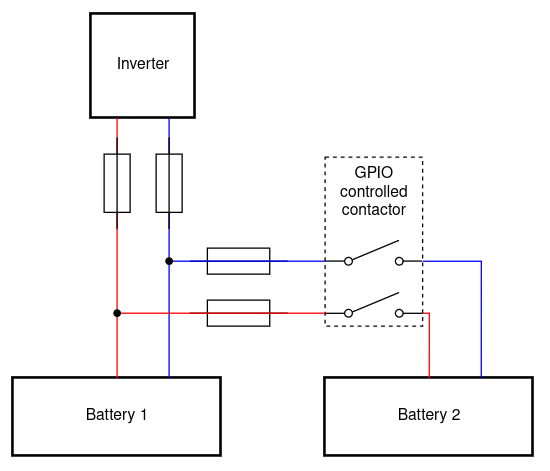
Earlier version of the draw.io export be_battery_2x.png (nagyrobi/files). Source tidied: cells renumbered, new cells last; positions are measured from the earlier drawing's top-left corner, leaving out a move shared by most shapes.
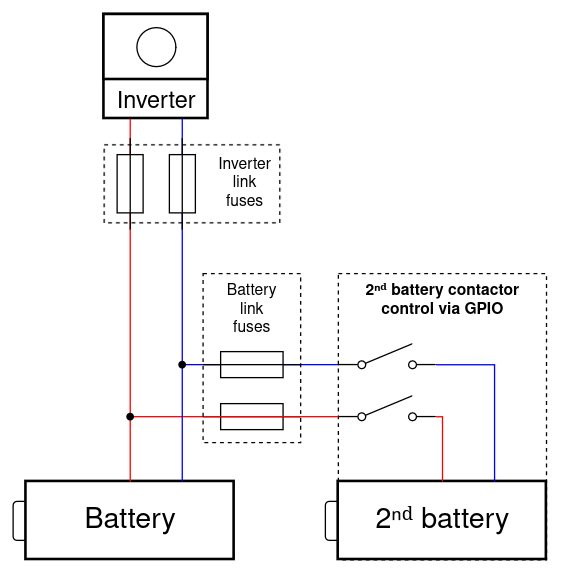
The same diagram one commit later.

Diff of the diagram source:
```diff
@@ -2,73 +2,94 @@
   <root>
     <mxCell id="0" />
     <mxCell id="1" parent="0" />
+    <mxCell id="17" value="2ⁿᵈ battery contactor control via GPIO" style="rounded=0;whiteSpace=wrap;html=1;fillColor=none;verticalAlign=top;dashed=1;fontStyle=1;fontFamily=Helvetica;" parent="1" vertex="1">
+      <mxGeometry x="240" y="120" width="160" height="220" as="geometry" />
+    </mxCell>
+    <mxCell id="22" style="rounded=1;whiteSpace=wrap;html=1;fontFamily=Helvetica;" parent="1" vertex="1">
+      <mxGeometry x="230" y="295" width="20" height="30" as="geometry" />
+    </mxCell>
+    <mxCell id="23" style="rounded=1;whiteSpace=wrap;html=1;fontFamily=Helvetica;" parent="1" vertex="1">
+      <mxGeometry x="-10" y="295" width="20" height="30" as="geometry" />
+    </mxCell>
-    <mxCell id="2" value="Inverter" style="whiteSpace=wrap;html=1;strokeWidth=2;" parent="1" vertex="1">
-      <mxGeometry x="60" width="80" height="80" as="geometry" />
+    <mxCell id="2" value="Inverter" style="whiteSpace=wrap;html=1;strokeWidth=2;fontSize=18;verticalAlign=bottom;fontFamily=Helvetica;" parent="1" vertex="1">
+      <mxGeometry x="60" y="-79" width="80" height="80" as="geometry" />
     </mxCell>
-    <mxCell id="3" value="Battery 1" style="rounded=0;whiteSpace=wrap;html=1;strokeWidth=2;" parent="1" vertex="1">
+    <mxCell id="3" value="Battery" style="rounded=0;whiteSpace=wrap;html=1;strokeWidth=2;fontSize=22;fontFamily=Helvetica;" parent="1" vertex="1">
       <mxGeometry y="280" width="160" height="60" as="geometry" />
     </mxCell>
-    <mxCell id="4" value="Battery 2" style="rounded=0;whiteSpace=wrap;html=1;strokeWidth=2;" parent="1" vertex="1">
+    <mxCell id="4" value="2ⁿᵈ battery" style="rounded=0;whiteSpace=wrap;html=1;strokeWidth=2;fontSize=22;fontFamily=Helvetica;" parent="1" vertex="1">
       <mxGeometry x="240" y="280" width="160" height="60" as="geometry" />
     </mxCell>
-    <mxCell id="5" style="endArrow=none;html=1;rounded=0;entryX=0.25;entryY=1;entryDx=0;entryDy=0;exitX=0.5;exitY=0;exitDx=0;exitDy=0;edgeStyle=orthogonalEdgeStyle;strokeColor=light-dark(#FF0000,#5E5C64);" parent="1" edge="1" source="3" target="2">
+    <mxCell id="5" style="endArrow=none;html=1;rounded=0;entryX=0.25;entryY=1;entryDx=0;entryDy=0;exitX=0.5;exitY=0;exitDx=0;exitDy=0;edgeStyle=orthogonalEdgeStyle;strokeColor=light-dark(#FF0000,#5E5C64);fontFamily=Helvetica;" parent="1" edge="1" source="3" target="2">
       <mxGeometry relative="1" as="geometry" />
     </mxCell>
-    <mxCell id="6" style="endArrow=none;html=1;rounded=0;entryX=0.75;entryY=1;entryDx=0;entryDy=0;exitX=0.75;exitY=0;exitDx=0;exitDy=0;strokeColor=#0000FF;" parent="1" edge="1" source="3" target="2">
+    <mxCell id="6" style="endArrow=none;html=1;rounded=0;entryX=0.75;entryY=1;entryDx=0;entryDy=0;exitDx=0;exitDy=0;strokeColor=#0000FF;fontFamily=Helvetica;" parent="1" edge="1" source="27" target="2">
       <mxGeometry relative="1" as="geometry" />
     </mxCell>
-    <mxCell id="7" style="endArrow=none;html=1;rounded=0;exitDx=0;exitDy=0;edgeStyle=orthogonalEdgeStyle;strokeColor=#0000FF;" parent="1" edge="1" source="21">
+    <mxCell id="7" style="endArrow=none;html=1;rounded=0;exitX=0;exitY=0.8;exitDx=0;exitDy=0;edgeStyle=orthogonalEdgeStyle;strokeColor=#0000FF;fontFamily=Helvetica;" parent="1" edge="1" source="10">
       <mxGeometry relative="1" as="geometry">
         <mxPoint x="120" y="190" as="targetPoint" />
       </mxGeometry>
     </mxCell>
-    <mxCell id="8" style="endArrow=none;html=1;rounded=0;exitDx=0;exitDy=0;edgeStyle=orthogonalEdgeStyle;strokeColor=#FF0000;" parent="1" edge="1" source="19">
+    <mxCell id="8" style="endArrow=none;html=1;rounded=0;exitDx=0;exitDy=0;edgeStyle=orthogonalEdgeStyle;strokeColor=#FF0000;fontFamily=Helvetica;" parent="1" edge="1" source="25">
       <mxGeometry relative="1" as="geometry">
         <mxPoint x="80" y="230" as="targetPoint" />
       </mxGeometry>
     </mxCell>
-    <mxCell id="9" style="html=1;shape=mxgraph.electrical.electro-mechanical.singleSwitch;elSwitchState=off;" parent="1" vertex="1">
+    <mxCell id="9" style="html=1;shape=mxgraph.electrical.electro-mechanical.singleSwitch;elSwitchState=off;fontFamily=Helvetica;" parent="1" vertex="1">
       <mxGeometry x="240" y="214" width="75" height="20" as="geometry" />
     </mxCell>
-    <mxCell id="10" style="html=1;shape=mxgraph.electrical.electro-mechanical.singleSwitch;elSwitchState=off;" parent="1" vertex="1">
+    <mxCell id="10" style="html=1;shape=mxgraph.electrical.electro-mechanical.singleSwitch;elSwitchState=off;fontFamily=Helvetica;" parent="1" vertex="1">
       <mxGeometry x="240" y="174" width="75" height="20" as="geometry" />
     </mxCell>
-    <mxCell id="11" style="endArrow=none;html=1;rounded=0;entryX=0.5;entryY=0;entryDx=0;entryDy=0;edgeStyle=orthogonalEdgeStyle;strokeColor=#FF0000;exitX=1;exitY=0.8;exitDx=0;exitDy=0;" parent="1" edge="1" source="9" target="4">
+    <mxCell id="11" style="endArrow=none;html=1;rounded=0;entryX=0.5;entryY=0;entryDx=0;entryDy=0;edgeStyle=orthogonalEdgeStyle;strokeColor=#FF0000;exitX=1;exitY=0.8;exitDx=0;exitDy=0;fontFamily=Helvetica;" parent="1" edge="1" source="9" target="4">
       <mxGeometry relative="1" as="geometry">
         <Array as="points">
           <mxPoint x="320" y="230" />
         </Array>
       </mxGeometry>
     </mxCell>
-    <mxCell id="12" style="endArrow=none;html=1;rounded=0;entryX=1;entryY=0.8;entryDx=0;entryDy=0;exitX=0.75;exitY=0;exitDx=0;exitDy=0;edgeStyle=orthogonalEdgeStyle;strokeColor=#0000FF;" parent="1" edge="1" source="4" target="10">
+    <mxCell id="12" style="endArrow=none;html=1;rounded=0;entryX=1;entryY=0.8;entryDx=0;entryDy=0;exitX=0.75;exitY=0;exitDx=0;exitDy=0;edgeStyle=orthogonalEdgeStyle;strokeColor=#0000FF;fontFamily=Helvetica;" parent="1" edge="1" source="4" target="10">
       <mxGeometry relative="1" as="geometry" />
     </mxCell>
-    <mxCell id="13" style="verticalLabelPosition=bottom;shadow=0;dashed=0;align=center;html=1;verticalAlign=top;shape=mxgraph.electrical.miscellaneous.fuse_2;" parent="1" vertex="1">
+    <mxCell id="13" style="verticalLabelPosition=bottom;shadow=0;dashed=0;align=center;html=1;verticalAlign=top;shape=mxgraph.electrical.miscellaneous.fuse_2;fontFamily=Helvetica;" parent="1" vertex="1">
       <mxGeometry x="136" y="180" width="75" height="20" as="geometry" />
     </mxCell>
-    <mxCell id="14" style="verticalLabelPosition=bottom;shadow=0;dashed=0;align=center;html=1;verticalAlign=top;shape=mxgraph.electrical.miscellaneous.fuse_2;" parent="1" vertex="1">
+    <mxCell id="14" style="verticalLabelPosition=bottom;shadow=0;dashed=0;align=center;html=1;verticalAlign=top;shape=mxgraph.electrical.miscellaneous.fuse_2;fontFamily=Helvetica;" parent="1" vertex="1">
       <mxGeometry x="136" y="220" width="75" height="20" as="geometry" />
     </mxCell>
-    <mxCell id="15" style="verticalLabelPosition=bottom;shadow=0;dashed=0;align=center;html=1;verticalAlign=top;shape=mxgraph.electrical.miscellaneous.fuse_2;rotation=90;" parent="1" vertex="1">
-      <mxGeometry x="45" y="120" width="70" height="20" as="geometry" />
+    <mxCell id="15" style="verticalLabelPosition=bottom;shadow=0;dashed=0;align=center;html=1;verticalAlign=top;shape=mxgraph.electrical.miscellaneous.fuse_2;rotation=90;fontFamily=Helvetica;" parent="1" vertex="1">
+      <mxGeometry x="45" y="41" width="70" height="20" as="geometry" />
     </mxCell>
-    <mxCell id="16" style="verticalLabelPosition=bottom;shadow=0;dashed=0;align=center;html=1;verticalAlign=top;shape=mxgraph.electrical.miscellaneous.fuse_2;rotation=90;" parent="1" vertex="1">
-      <mxGeometry x="85" y="120" width="70" height="20" as="geometry" />
+    <mxCell id="16" style="verticalLabelPosition=bottom;shadow=0;dashed=0;align=center;html=1;verticalAlign=top;shape=mxgraph.electrical.miscellaneous.fuse_2;rotation=90;fontFamily=Helvetica;" parent="1" vertex="1">
+      <mxGeometry x="85" y="41" width="70" height="20" as="geometry" />
     </mxCell>
-    <mxCell id="17" value="GPIO controlled contactor" style="rounded=0;whiteSpace=wrap;html=1;fillColor=none;verticalAlign=top;dashed=1;" parent="1" vertex="1">
-      <mxGeometry x="240" y="110" width="75" height="130" as="geometry" />
-    </mxCell>
-    <mxCell id="18" style="endArrow=none;html=1;rounded=0;exitX=0;exitY=0.8;exitDx=0;exitDy=0;edgeStyle=orthogonalEdgeStyle;strokeColor=#FF0000;" parent="1" edge="1" source="9" target="19">
-      <mxGeometry relative="1" as="geometry" />
-    </mxCell>
-    <mxCell id="19" style="shape=waypoint;sketch=0;fillStyle=solid;size=6;points=[];fillColor=none;perimeter=centerPerimeter;snapToPoint=1;" parent="1" vertex="1">
-      <mxGeometry x="70" y="220" width="20" height="20" as="geometry" />
-    </mxCell>
-    <mxCell id="20" style="endArrow=none;html=1;rounded=0;exitX=0;exitY=0.8;exitDx=0;exitDy=0;edgeStyle=orthogonalEdgeStyle;strokeColor=#0000FF;" parent="1" edge="1" source="10" target="21">
-      <mxGeometry relative="1" as="geometry" />
-    </mxCell>
-    <mxCell id="21" style="shape=waypoint;sketch=0;fillStyle=solid;size=6;points=[];fillColor=none;perimeter=centerPerimeter;snapToPoint=1;" parent="1" vertex="1">
-      <mxGeometry x="110" y="180" width="20" height="20" as="geometry" />
-    </mxCell>
+    <mxCell id="24" style="endArrow=none;html=1;rounded=0;exitX=0;exitY=0.8;exitDx=0;exitDy=0;edgeStyle=orthogonalEdgeStyle;strokeColor=#FF0000;fontFamily=Helvetica;" parent="1" edge="1" source="9" target="25">
+      <mxGeometry relative="1" as="geometry" />
+    </mxCell>
+    <mxCell id="25" style="shape=waypoint;sketch=0;fillStyle=solid;size=6;points=[];fillColor=none;perimeter=centerPerimeter;snapToPoint=1;fontFamily=Helvetica;" parent="1" vertex="1">
+      <mxGeometry x="70" y="220" width="20" height="20" as="geometry" />
+    </mxCell>
+    <mxCell id="26" style="endArrow=none;html=1;rounded=0;entryDx=0;entryDy=0;exitX=0.75;exitY=0;exitDx=0;exitDy=0;strokeColor=#0000FF;fontFamily=Helvetica;" parent="1" edge="1" source="3" target="27">
+      <mxGeometry relative="1" as="geometry" />
+    </mxCell>
+    <mxCell id="27" style="shape=waypoint;sketch=0;fillStyle=solid;size=6;points=[];fillColor=none;perimeter=centerPerimeter;snapToPoint=1;fontFamily=Helvetica;" parent="1" vertex="1">
+      <mxGeometry x="110" y="180" width="20" height="20" as="geometry" />
+    </mxCell>
+    <mxCell id="28" style="rounded=0;whiteSpace=wrap;html=1;strokeWidth=2;fontFamily=Helvetica;" parent="1" vertex="1">
+      <mxGeometry x="60" y="-79" width="80" height="50" as="geometry" />
+    </mxCell>
+    <mxCell id="29" style="ellipse;whiteSpace=wrap;html=1;shapeInside=1;fontFamily=Helvetica;" parent="1" vertex="1">
+      <mxGeometry x="85" y="-69" width="30" height="30" as="geometry" />
+    </mxCell>
+    <mxCell id="30" style="rounded=0;whiteSpace=wrap;html=1;fillColor=none;dashed=1;align=left;labelPosition=right;verticalLabelPosition=middle;verticalAlign=middle;fontFamily=Helvetica;" parent="1" vertex="1">
+      <mxGeometry x="60" y="21" width="135" height="60" as="geometry" />
+    </mxCell>
+    <mxCell id="31" value="&lt;div&gt;Battery&lt;/div&gt;&lt;div&gt;link&lt;/div&gt;&lt;div&gt;fuses&lt;/div&gt;" style="rounded=0;whiteSpace=wrap;html=1;fillColor=none;strokeColor=default;dashed=1;labelPosition=center;verticalLabelPosition=middle;align=center;verticalAlign=top;fontFamily=Helvetica;" parent="1" vertex="1">
+      <mxGeometry x="136" y="120" width="75" height="130" as="geometry" />
+    </mxCell>
+    <mxCell id="32" value="&lt;div&gt;Inverter&lt;/div&gt;&lt;div&gt;link&lt;/div&gt;&lt;div&gt;fuses&lt;/div&gt;" style="rounded=0;whiteSpace=wrap;html=1;fillColor=none;strokeColor=none;fontFamily=Helvetica;" parent="1" vertex="1">
+      <mxGeometry x="136" y="21" width="64" height="60" as="geometry" />
+    </mxCell>
   </root>
 </mxGraphModel>
```
